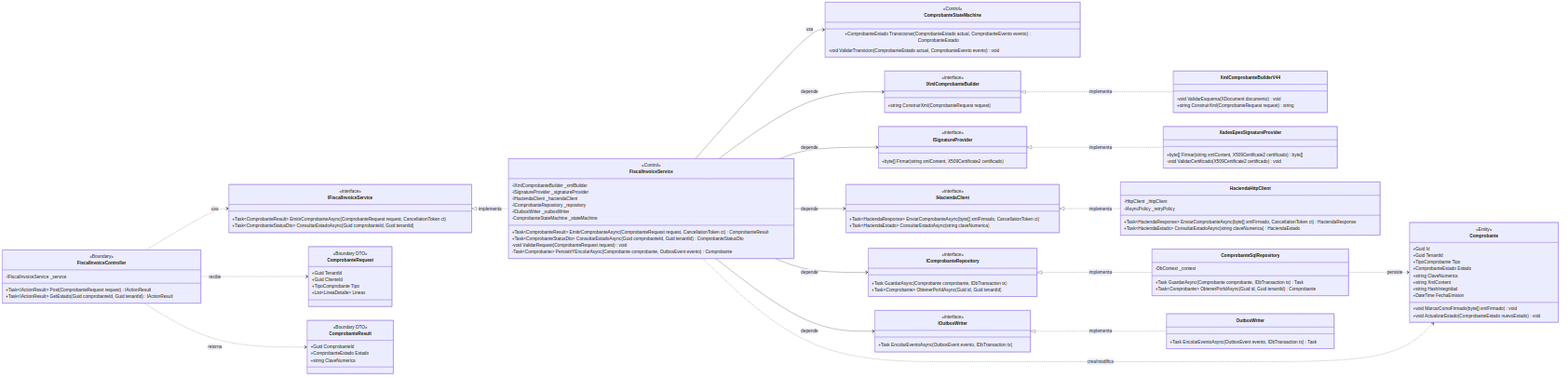
amoramongeCenfo/PSWE-04-Dise-o-de-Sistemas-de-Software keeps this Mermaid diagram as diagramas/clases-servicio-facturacion-fiscal.png. Above is the earlier version. Its source is kept beside it as diagramas/clases-servicio-facturacion-fiscal.mmd.
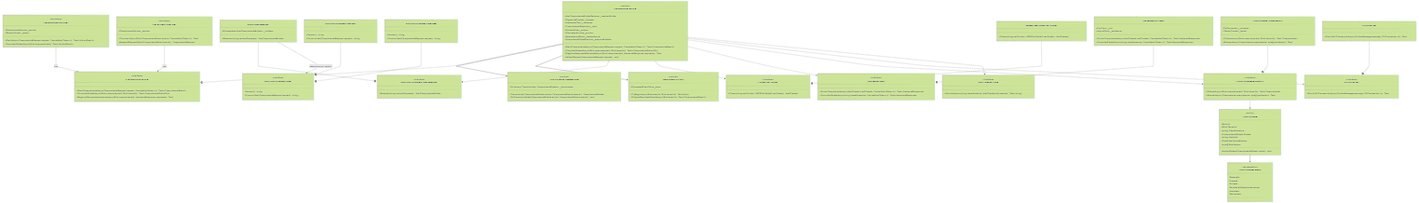
After the commit.

The edit, as a diff of the source:
```diff
@@ -1,136 +1,166 @@
 classDiagram
-    direction LR
+    direction TB
 
     class FiscalInvoiceController {
-        <<Boundary>>
+        <<boundary>>
         -IFiscalInvoiceService _service
-        +Task~IActionResult~ Post(ComprobanteRequest request) IActionResult
-        +Task~IActionResult~ GetEstado(Guid comprobanteId, Guid tenantId) IActionResult
+        -ITenantContext _tenant
+        +EmitirAsync(ComprobanteRequest request, CancellationToken ct) Task~IActionResult~
+        +ConsultarEstadoAsync(Guid comprobanteId) Task~IActionResult~
+    }
+
+    class FiscalEventConsumer {
+        <<boundary>>
+        -IFiscalInvoiceService _service
+        +ConsumirAsync(EmitirComprobanteEvent evento, CancellationToken ct) Task
+        -MapearARequest(EmitirComprobanteEvent evento) ComprobanteRequest
     }
 
     class IFiscalInvoiceService {
         <<interface>>
-        +Task~ComprobanteResult~ EmitirComprobanteAsync(ComprobanteRequest request, CancellationToken ct)
-        +Task~ComprobanteStatusDto~ ConsultarEstadoAsync(Guid comprobanteId, Guid tenantId)
+        +EmitirComprobanteAsync(ComprobanteRequest request, CancellationToken ct) Task~ComprobanteResult~
+        +ConsultarEstadoAsync(Guid comprobanteId, Guid tenantId) Task~ComprobanteStatusDto~
+        +RegistrarRespuestaHaciendaAsync(Guid comprobanteId, HaciendaResponse respuesta) Task
     }
 
     class FiscalInvoiceService {
-        <<Control>>
-        -IXmlComprobanteBuilder _xmlBuilder
-        -ISignatureProvider _signatureProvider
-        -IHaciendaClient _haciendaClient
-        -IComprobanteRepository _repository
-        -IOutboxWriter _outboxWriter
-        -ComprobanteStateMachine _stateMachine
-        +Task~ComprobanteResult~ EmitirComprobanteAsync(ComprobanteRequest request, CancellationToken ct) ComprobanteResult
-        +Task~ComprobanteStatusDto~ ConsultarEstadoAsync(Guid comprobanteId, Guid tenantId) ComprobanteStatusDto
-        -void ValidarRequest(ComprobanteRequest request) void
-        -Task~Comprobante~ PersistirYEncolarAsync(Comprobante comprobante, OutboxEvent evento) Comprobante
+        <<control>>
+        -IXmlComprobanteBuilderResolver _resolverBuilder
+        -ISignatureProvider _firmador
+        -IHaciendaClient _hacienda
+        -IComprobanteRepository _repo
+        -IOutboxWriter _outbox
+        -IDocumentArchive _archivo
+        -IdempotencyGuard _idempotencia
+        -ComprobanteStateMachine _maquinaEstados
+        +EmitirComprobanteAsync(ComprobanteRequest request, CancellationToken ct) Task~ComprobanteResult~
+        +ConsultarEstadoAsync(Guid comprobanteId, Guid tenantId) Task~ComprobanteStatusDto~
+        +RegistrarRespuestaHaciendaAsync(Guid comprobanteId, HaciendaResponse respuesta) Task
+        -ValidarRequest(ComprobanteRequest request) void
     }
 
     class ComprobanteStateMachine {
-        <<Control>>
-        +ComprobanteEstado Transicionar(ComprobanteEstado actual, ComprobanteEvento evento) ComprobanteEstado
-        -void ValidarTransicion(ComprobanteEstado actual, ComprobanteEvento evento) void
+        <<control>>
+        -Dictionary~TransicionKey, ComprobanteEstado~ _transiciones
+        +Transicionar(ComprobanteEstado actual, ComprobanteEvento evento) ComprobanteEstado
+        +EsTransicionValida(ComprobanteEstado actual, ComprobanteEvento evento) bool
+    }
+
+    class IdempotencyGuard {
+        <<control>>
+        -IProcessedEventStore _store
+        +TryBeginAsync(Guid eventId, Guid tenantId) Task~bool~
+        +ObtenerResultadoPrevioAsync(Guid eventId) Task~ComprobanteResult~
+    }
+
+    class IXmlComprobanteBuilderResolver {
+        <<interface>>
+        +Resolver(string versionEsquema) IXmlComprobanteBuilder
+    }
+    class XmlBuilderResolver {
+        -IEnumerable~IXmlComprobanteBuilder~ _builders
+        +Resolver(string versionEsquema) IXmlComprobanteBuilder
     }
 
     class IXmlComprobanteBuilder {
         <<interface>>
-        +string ConstruirXml(ComprobanteRequest request)
+        +Version() string
+        +ConstruirXml(ComprobanteRequest request) string
     }
-
+    class XmlComprobanteBuilderV43 {
+        +Version() string
+        +ConstruirXml(ComprobanteRequest request) string
+    }
     class XmlComprobanteBuilderV44 {
-        -void ValidarEsquema(XDocument documento) void
-        +string ConstruirXml(ComprobanteRequest request) string
+        +Version() string
+        +ConstruirXml(ComprobanteRequest request) string
     }
 
     class ISignatureProvider {
         <<interface>>
-        +byte[] Firmar(string xmlContent, X509Certificate2 certificado)
+        +Firmar(string xmlContent, X509Certificate2 certificado) XmlFirmado
     }
-
     class XadesEpesSignatureProvider {
-        +byte[] Firmar(string xmlContent, X509Certificate2 certificado) byte[]
-        -void ValidarCertificado(X509Certificate2 certificado) void
+        +Firmar(string xmlContent, X509Certificate2 certificado) XmlFirmado
     }
 
     class IHaciendaClient {
         <<interface>>
-        +Task~HaciendaResponse~ EnviarComprobanteAsync(byte[] xmlFirmado, CancellationToken ct)
-        +Task~HaciendaEstado~ ConsultarEstadoAsync(string claveNumerica)
+        +EnviarComprobanteAsync(XmlFirmado xmlFirmado, CancellationToken ct) Task~HaciendaResponse~
+        +ConsultarEstadoAsync(string claveNumerica, CancellationToken ct) Task~HaciendaResponse~
     }
-
     class HaciendaHttpClient {
-        -HttpClient _httpClient
-        -IAsyncPolicy _retryPolicy
-        +Task~HaciendaResponse~ EnviarComprobanteAsync(byte[] xmlFirmado, CancellationToken ct) HaciendaResponse
-        +Task~HaciendaEstado~ ConsultarEstadoAsync(string claveNumerica) HaciendaEstado
+        -HttpClient _http
+        -IAsyncPolicy _resiliencia
+        +EnviarComprobanteAsync(XmlFirmado xmlFirmado, CancellationToken ct) Task~HaciendaResponse~
+        +ConsultarEstadoAsync(string claveNumerica, CancellationToken ct) Task~HaciendaResponse~
     }
 
     class IComprobanteRepository {
         <<interface>>
-        +Task GuardarAsync(Comprobante comprobante, IDbTransaction tx)
-        +Task~Comprobante~ ObtenerPorIdAsync(Guid id, Guid tenantId)
+        +ObtenerAsync(Guid comprobanteId, Guid tenantId) Task~Comprobante~
+        +GuardarAsync(Comprobante comprobante, byte[] rowVersion) Task
     }
-
     class ComprobanteSqlRepository {
-        -DbContext _context
-        +Task GuardarAsync(Comprobante comprobante, IDbTransaction tx) Task
-        +Task~Comprobante~ ObtenerPorIdAsync(Guid id, Guid tenantId) Comprobante
+        -SqlConnection _conexion
+        -ITenantContext _tenant
+        +ObtenerAsync(Guid comprobanteId, Guid tenantId) Task~Comprobante~
+        +GuardarAsync(Comprobante comprobante, byte[] rowVersion) Task
     }
 
     class IOutboxWriter {
         <<interface>>
-        +Task EncolarEventoAsync(OutboxEvent evento, IDbTransaction tx)
+        +EscribirEnTransaccionAsync(OutboxMessage mensaje, IDbTransaction tx) Task
+    }
+    class OutboxWriter {
+        +EscribirEnTransaccionAsync(OutboxMessage mensaje, IDbTransaction tx) Task
     }
 
-    class OutboxWriter {
-        +Task EncolarEventoAsync(OutboxEvent evento, IDbTransaction tx) Task
+    class IDocumentArchive {
+        <<interface>>
+        +ArchivarAsync(string claveNumerica, XmlFirmado documento) Task~string~
     }
 
     class Comprobante {
-        <<Entity>>
+        <<entity>>
         +Guid Id
         +Guid TenantId
-        +TipoComprobante Tipo
+        +string ClaveNumerica
         +ComprobanteEstado Estado
-        +string ClaveNumerica
-        +string XmlContent
-        +string HashIntegridad
+        +string HashXml
         +DateTime FechaEmision
-        +void MarcarComoFirmado(byte[] xmlFirmado) void
-        +void ActualizarEstado(ComprobanteEstado nuevoEstado) void
+        +byte[] RowVersion
+        +AplicarEstado(ComprobanteEstado nuevo) void
     }
 
-    class ComprobanteRequest {
-        <<Boundary DTO>>
-        +Guid TenantId
-        +Guid ClienteId
-        +TipoComprobante Tipo
-        +List~LineaDetalle~ Lineas
-    }
-
-    class ComprobanteResult {
-        <<Boundary DTO>>
-        +Guid ComprobanteId
-        +ComprobanteEstado Estado
-        +string ClaveNumerica
+    class ComprobanteEstado {
+        <<enumeration>>
+        Generado
+        Firmado
+        Enviado
+        PendienteValidacionHacienda
+        Aceptado
+        Rechazado
     }
 
     FiscalInvoiceController ..> IFiscalInvoiceService : usa
-    IFiscalInvoiceService <|.. FiscalInvoiceService : implementa
-    FiscalInvoiceService --> IXmlComprobanteBuilder : depende
-    FiscalInvoiceService --> ISignatureProvider : depende
-    FiscalInvoiceService --> IHaciendaClient : depende
-    FiscalInvoiceService --> IComprobanteRepository : depende
-    FiscalInvoiceService --> IOutboxWriter : depende
-    FiscalInvoiceService --> ComprobanteStateMachine : usa
-    IXmlComprobanteBuilder <|.. XmlComprobanteBuilderV44 : implementa
-    ISignatureProvider <|.. XadesEpesSignatureProvider : implementa
-    IHaciendaClient <|.. HaciendaHttpClient : implementa
-    IComprobanteRepository <|.. ComprobanteSqlRepository : implementa
-    IOutboxWriter <|.. OutboxWriter : implementa
-    ComprobanteSqlRepository ..> Comprobante : persiste
-    FiscalInvoiceController ..> ComprobanteRequest : recibe
-    FiscalInvoiceController ..> ComprobanteResult : retorna
-    FiscalInvoiceService ..> Comprobante : crea/modifica
+    FiscalEventConsumer ..> IFiscalInvoiceService : usa
+    FiscalInvoiceService ..|> IFiscalInvoiceService
+    FiscalInvoiceService --> ComprobanteStateMachine
+    FiscalInvoiceService --> IdempotencyGuard
+    FiscalInvoiceService ..> IXmlComprobanteBuilderResolver
+    FiscalInvoiceService ..> ISignatureProvider
+    FiscalInvoiceService ..> IHaciendaClient
+    FiscalInvoiceService ..> IComprobanteRepository
+    FiscalInvoiceService ..> IOutboxWriter
+    FiscalInvoiceService ..> IDocumentArchive
+    XmlBuilderResolver ..|> IXmlComprobanteBuilderResolver
+    XmlBuilderResolver ..> IXmlComprobanteBuilder : selecciona por version
+    XmlComprobanteBuilderV43 ..|> IXmlComprobanteBuilder
+    XmlComprobanteBuilderV44 ..|> IXmlComprobanteBuilder
+    XadesEpesSignatureProvider ..|> ISignatureProvider
+    HaciendaHttpClient ..|> IHaciendaClient
+    ComprobanteSqlRepository ..|> IComprobanteRepository
+    OutboxWriter ..|> IOutboxWriter
+    IComprobanteRepository ..> Comprobante
+    Comprobante --> ComprobanteEstado
```
